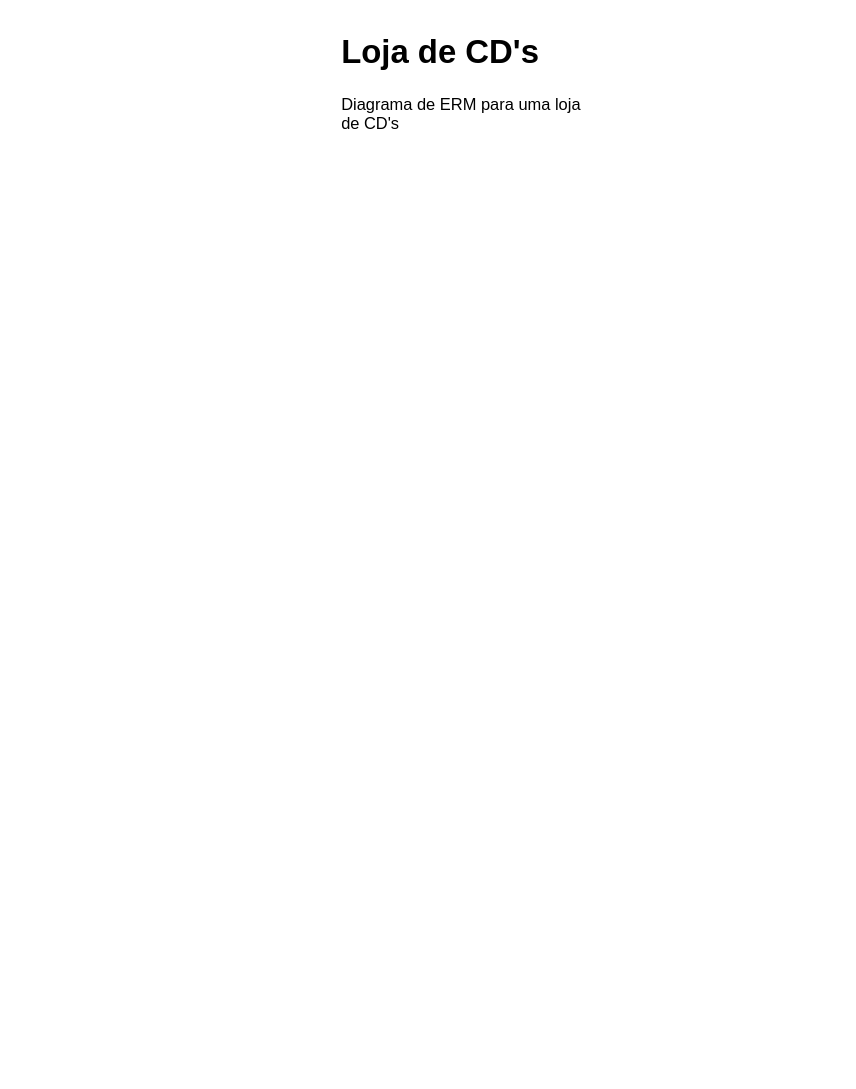
Before: BD_I/cds_store.drawio in ELISASANTANA/College-Stuff, a draw.io diagram. Source tidied: cells renumbered, new cells numbered last; positions are measured from the earlier drawing's top-left corner, leaving out a move shared by most shapes. Both pictures are drawn from the tidied source at 137%, with x=0, y=0 at pixel (338, 23).
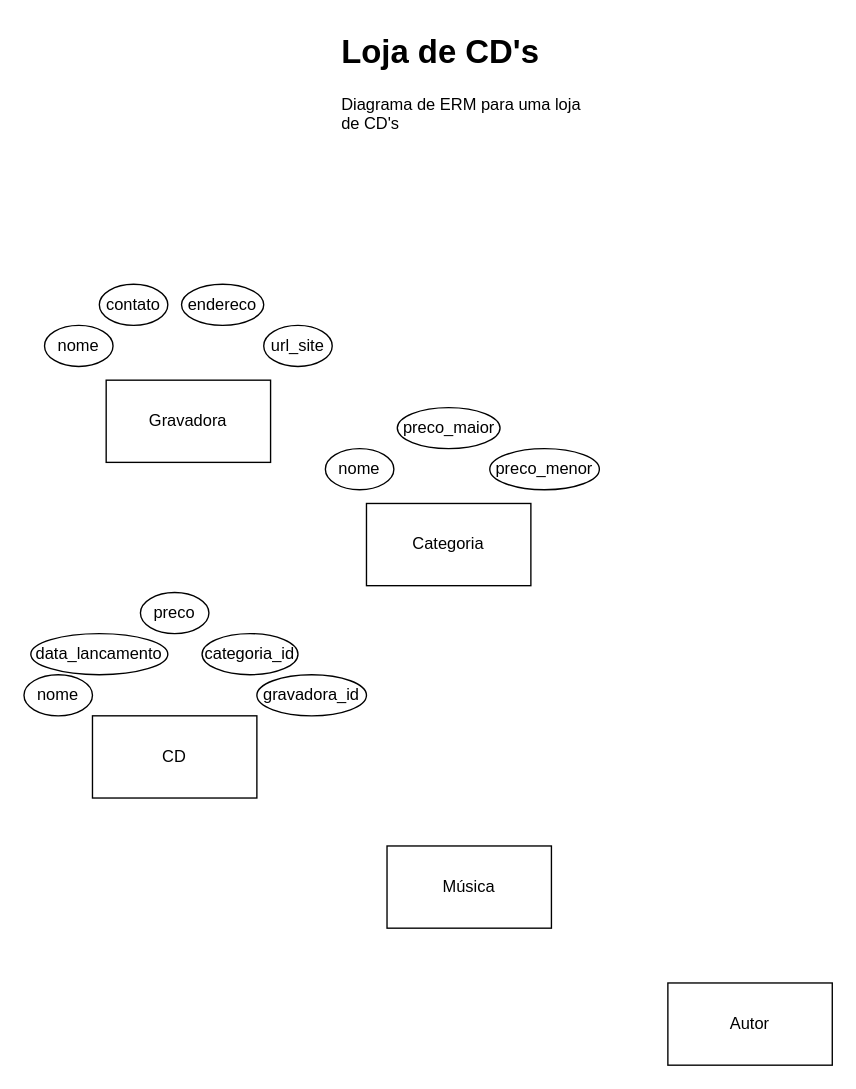
After the change.

Diff of the diagram source:
```diff
@@
 <mxGraphModel>
   <root>
     <mxCell id="0" />
     <mxCell id="1" parent="0" />
     <mxCell id="2" value="&lt;h1 style=&quot;margin-top: 0px;&quot;&gt;Loja de CD's&lt;/h1&gt;&lt;p&gt;Diagrama de ERM para uma loja de CD's&lt;/p&gt;" style="text;html=1;whiteSpace=wrap;overflow=hidden;rounded=0;" parent="1" vertex="1">
       <mxGeometry width="180" height="80" as="geometry" />
     </mxCell>
+    <mxCell id="3" value="Gravadora" style="rounded=0;whiteSpace=wrap;html=1;" parent="1" vertex="1">
+      <mxGeometry x="-170" y="260" width="120" height="60" as="geometry" />
+    </mxCell>
+    <mxCell id="4" value="CD" style="rounded=0;whiteSpace=wrap;html=1;" parent="1" vertex="1">
+      <mxGeometry x="-180" y="505" width="120" height="60" as="geometry" />
+    </mxCell>
+    <mxCell id="5" value="Música" style="rounded=0;whiteSpace=wrap;html=1;" parent="1" vertex="1">
+      <mxGeometry x="35" y="600" width="120" height="60" as="geometry" />
+    </mxCell>
+    <mxCell id="6" value="Autor" style="rounded=0;whiteSpace=wrap;html=1;" parent="1" vertex="1">
+      <mxGeometry x="240" y="700" width="120" height="60" as="geometry" />
+    </mxCell>
+    <mxCell id="7" value="Categoria" style="rounded=0;whiteSpace=wrap;html=1;" parent="1" vertex="1">
+      <mxGeometry x="20" y="350" width="120" height="60" as="geometry" />
+    </mxCell>
+    <mxCell id="8" value="nome" style="ellipse;whiteSpace=wrap;html=1;" parent="1" vertex="1">
+      <mxGeometry x="-215" y="220" width="50" height="30" as="geometry" />
+    </mxCell>
+    <mxCell id="9" value="contato" style="ellipse;whiteSpace=wrap;html=1;" parent="1" vertex="1">
+      <mxGeometry x="-175" y="190" width="50" height="30" as="geometry" />
+    </mxCell>
+    <mxCell id="10" value="endereco" style="ellipse;whiteSpace=wrap;html=1;" parent="1" vertex="1">
+      <mxGeometry x="-115" y="190" width="60" height="30" as="geometry" />
+    </mxCell>
+    <mxCell id="11" value="url_site" style="ellipse;whiteSpace=wrap;html=1;" parent="1" vertex="1">
+      <mxGeometry x="-55" y="220" width="50" height="30" as="geometry" />
+    </mxCell>
+    <mxCell id="12" value="nome" style="ellipse;whiteSpace=wrap;html=1;" parent="1" vertex="1">
+      <mxGeometry x="-10" y="310" width="50" height="30" as="geometry" />
+    </mxCell>
+    <mxCell id="13" value="preco_maior" style="ellipse;whiteSpace=wrap;html=1;" parent="1" vertex="1">
+      <mxGeometry x="42.5" y="280" width="75" height="30" as="geometry" />
+    </mxCell>
+    <mxCell id="14" value="preco_menor" style="ellipse;whiteSpace=wrap;html=1;" parent="1" vertex="1">
+      <mxGeometry x="110" y="310" width="80" height="30" as="geometry" />
+    </mxCell>
+    <mxCell id="15" value="nome" style="ellipse;whiteSpace=wrap;html=1;" parent="1" vertex="1">
+      <mxGeometry x="-230" y="475" width="50" height="30" as="geometry" />
+    </mxCell>
+    <mxCell id="16" value="data_lancamento" style="ellipse;whiteSpace=wrap;html=1;" parent="1" vertex="1">
+      <mxGeometry x="-225" y="445" width="100" height="30" as="geometry" />
+    </mxCell>
+    <mxCell id="17" value="preco" style="ellipse;whiteSpace=wrap;html=1;" parent="1" vertex="1">
+      <mxGeometry x="-145" y="415" width="50" height="30" as="geometry" />
+    </mxCell>
+    <mxCell id="18" value="categoria_id" style="ellipse;whiteSpace=wrap;html=1;" parent="1" vertex="1">
+      <mxGeometry x="-100" y="445" width="70" height="30" as="geometry" />
+    </mxCell>
+    <mxCell id="19" value="gravadora_id" style="ellipse;whiteSpace=wrap;html=1;" parent="1" vertex="1">
+      <mxGeometry x="-60" y="475" width="80" height="30" as="geometry" />
+    </mxCell>
   </root>
 </mxGraphModel>
```
